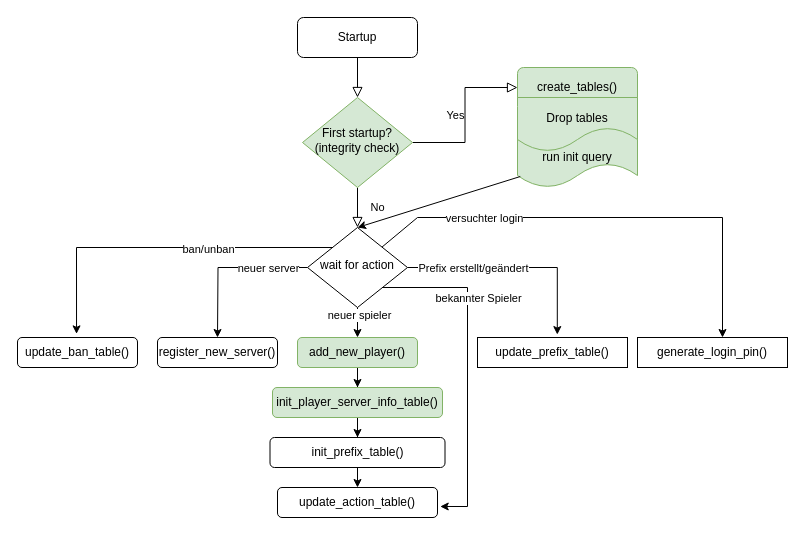
Tobias-Auer/MCConnect keeps this draw.io diagram as database/flowchart.drawio. Above is the earlier version. Source tidied: cells renumbered, new cells numbered last; positions are measured from the earlier drawing's top-left corner, leaving out a move shared by most shapes. Both pictures are drawn from the tidied source at 100%, with x=0, y=0 at pixel (17, 17).
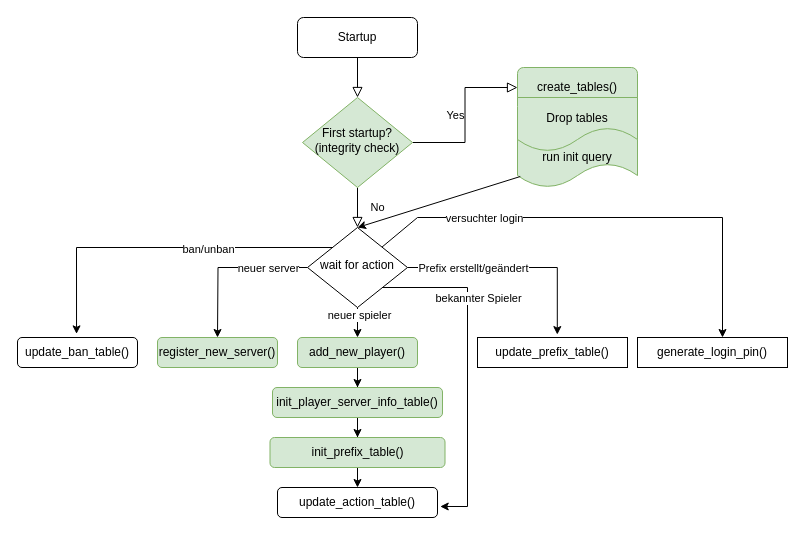
The same diagram, later.

What changed in the source:
```diff
@@
-    <mxCell id="21" value="register_new_server()" style="rounded=1;whiteSpace=wrap;html=1;" parent="1" vertex="1">
+    <mxCell id="21" value="register_new_server()" style="rounded=1;whiteSpace=wrap;html=1;fillColor=#d5e8d4;strokeColor=#82b366;" parent="1" vertex="1">
       <mxGeometry x="140" y="320" width="120" height="30" as="geometry" />
     </mxCell>
@@
-    <mxCell id="28" value="init_prefix_table()" style="whiteSpace=wrap;html=1;rounded=1;" parent="1" vertex="1">
+    <mxCell id="28" value="init_prefix_table()" style="whiteSpace=wrap;html=1;rounded=1;fillColor=#d5e8d4;strokeColor=#82b366;" parent="1" vertex="1">
       <mxGeometry x="252.5" y="420" width="175" height="30" as="geometry" />
     </mxCell>
```
